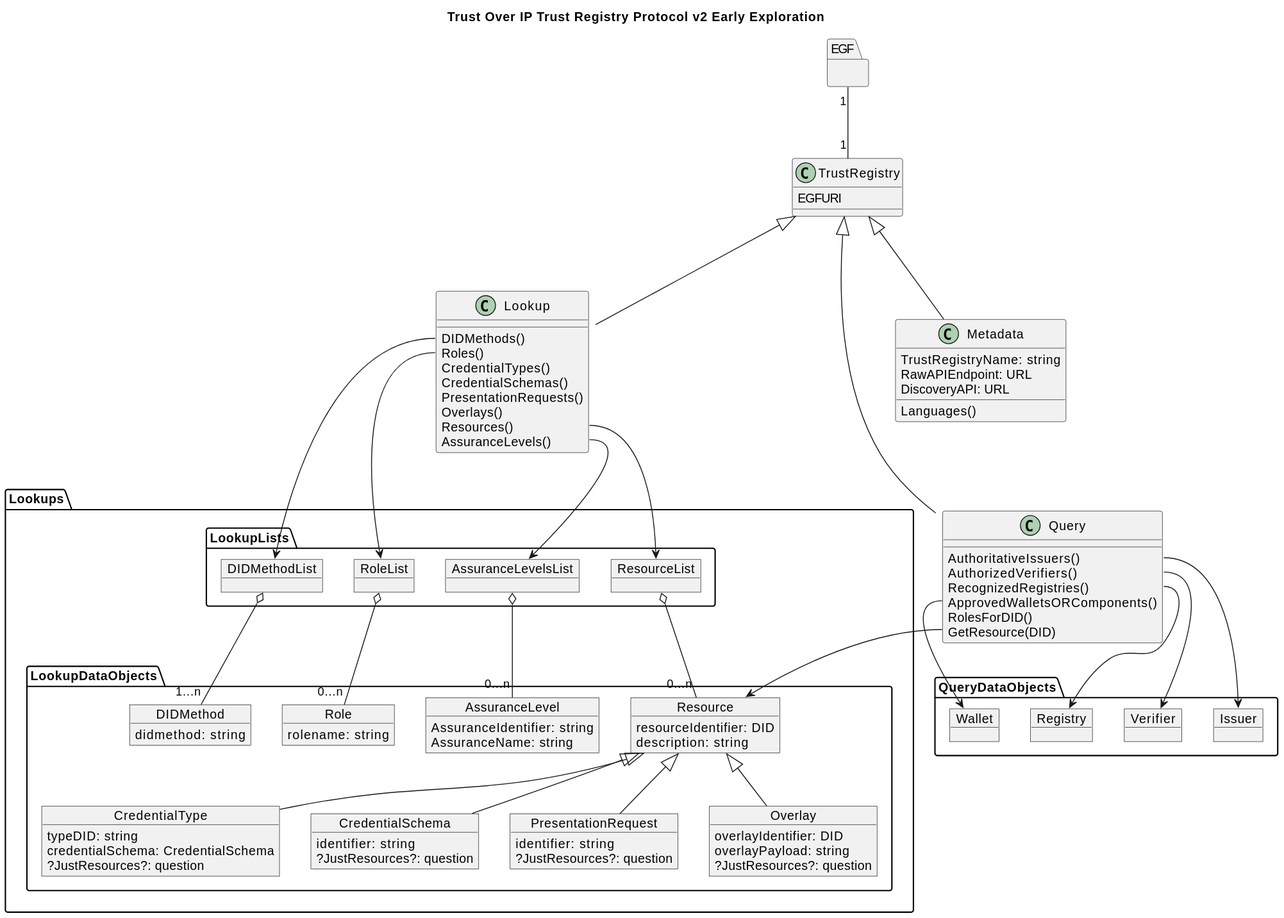
Earlier version of the PlantUML export out/v2/logical/highlevel/highlevel.svg (trustoverip/tswg-trust-registry-tf). The source it was exported from:
```plantuml
@startuml



title Trust Over IP Trust Registry Protocol v2 Early Exploration

package EGF {

}

class TrustRegistry {
    EGFURI
}

class Query {
    AuthoritativeIssuers()
    AuthorizedVerifiers()
    RecognizedRegistries()
    ApprovedWalletsORComponents()
    RolesForDID()
    GetResource(DID)
}

class Lookup {
    DIDMethods()
    Roles()
    CredentialTypes()
    CredentialSchemas()
    PresentationRequests()
    Overlays()
    Resources()
    AssuranceLevels()


}

class Metadata {
    TrustRegistryName: string
    RawAPIEndpoint: URL
    DiscoveryAPI: URL
    Languages()
}


EGF "1" -- "1" TrustRegistry

TrustRegistry <|-- Query
TrustRegistry <|-- Lookup
TrustRegistry <|-- Metadata

package QueryDataObjects {
    object Issuer
    object Verifier
    object Wallet
    object Registry
}
package Lookups {
    package LookupLists {
        object DIDMethodList
        object RoleList
        object ResourceList

        object AssuranceLevelsList

    }

    package LookupDataObjects {


        object DIDMethod {
            didmethod: string
        }
        object Role {
            rolename: string
        }
        object CredentialType {
            typeDID: string
            credentialSchema: CredentialSchema
            ?JustResources?: question

        }
        object CredentialSchema {
            identifier: string
            ?JustResources?: question
        }
        object PresentationRequest{
            identifier: string
            ?JustResources?: question

        }
        object Overlay {
            overlayIdentifier: DID
            overlayPayload: string
            ?JustResources?: question
        }
        object Resource {
            resourceIdentifier: DID
            description: string
        }
        object AssuranceLevel {
            AssuranceIdentifier: string
            AssuranceName: string
        }


    }
}




Query::AuthoritativeIssuers --> Issuer
Query::AuthorizedVerifiers --> Verifier
Query::RecognizedRegistries --> Registry
Query::ApprovedWallets --> Wallet
Query::GetResource --> Resource

Lookup::DIDMethods --> DIDMethodList
Lookup::Roles --> RoleList

Lookup::Resources --> ResourceList
Lookup::AssuranceLevels --> AssuranceLevelsList





DIDMethodList o-- "1...n" DIDMethod
RoleList o-- "0...n" Role



ResourceList o-- "0...n" Resource
AssuranceLevelsList o-- "0...n" AssuranceLevel

Resource <|-- Overlay
Resource <|-- CredentialSchema
Resource <|-- PresentationRequest
Resource <|-- CredentialType

@enduml
```
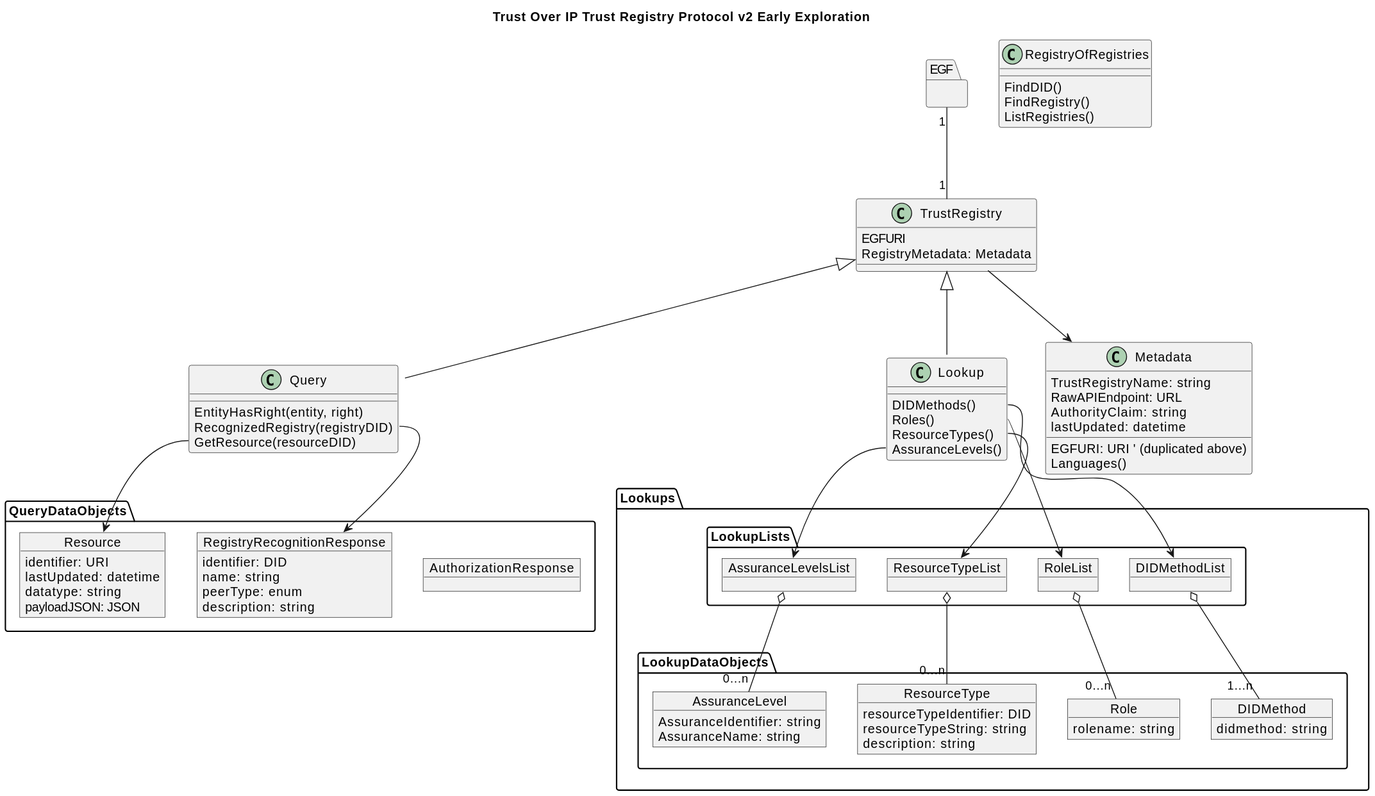
After the change.

Diff of the diagram source:
```diff
@@ -10,34 +10,38 @@
 
 class TrustRegistry {
     EGFURI
+    RegistryMetadata: Metadata
+}
+
+class RegistryOfRegistries {
+    FindDID()
+    FindRegistry()
+    ListRegistries()
+
+
 }
 
 class Query {
-    AuthoritativeIssuers()
-    AuthorizedVerifiers()
-    RecognizedRegistries()
-    ApprovedWalletsORComponents()
-    RolesForDID()
-    GetResource(DID)
+    EntityHasRight(entity, right)
+    RecognizedRegistry(registryDID)
+    GetResource(resourceDID)
 }
 
 class Lookup {
     DIDMethods()
     Roles()
-    CredentialTypes()
-    CredentialSchemas()
-    PresentationRequests()
-    Overlays()
-    Resources()
+    ResourceTypes()
     AssuranceLevels()
-
-
 }
 
 class Metadata {
+    EGFURI: URI ' (duplicated above)
     TrustRegistryName: string
     RawAPIEndpoint: URL
-    DiscoveryAPI: URL
+    AuthorityClaim: string
+    lastUpdated: datetime
+
+
     Languages()
 }
 
@@ -46,19 +50,30 @@
 
 TrustRegistry <|-- Query
 TrustRegistry <|-- Lookup
-TrustRegistry <|-- Metadata
+
 
 package QueryDataObjects {
-    object Issuer
-    object Verifier
-    object Wallet
-    object Registry
+    object AuthorizationResponse
+    object RegistryRecognitionResponse {
+        identifier: DID
+        name: string
+        peerType: enum
+        description: string
+
+    }
+    object Resource {
+        identifier: URI
+        lastUpdated: datetime
+        datatype: string
+        payloadJSON: JSON
+    }
+
 }
 package Lookups {
     package LookupLists {
         object DIDMethodList
         object RoleList
-        object ResourceList
+        object ResourceTypeList
 
         object AssuranceLevelsList
 
@@ -73,28 +88,11 @@
         object Role {
             rolename: string
         }
-        object CredentialType {
-            typeDID: string
-            credentialSchema: CredentialSchema
-            ?JustResources?: question
 
-        }
-        object CredentialSchema {
-            identifier: string
-            ?JustResources?: question
-        }
-        object PresentationRequest{
-            identifier: string
-            ?JustResources?: question
 
-        }
-        object Overlay {
-            overlayIdentifier: DID
-            overlayPayload: string
-            ?JustResources?: question
-        }
-        object Resource {
-            resourceIdentifier: DID
+        object ResourceType {
+            resourceTypeIdentifier: DID
+            resourceTypeString: string
             description: string
         }
         object AssuranceLevel {
@@ -102,40 +100,36 @@
             AssuranceName: string
         }
 
-
     }
 }
 
 
 
 
-Query::AuthoritativeIssuers --> Issuer
-Query::AuthorizedVerifiers --> Verifier
-Query::RecognizedRegistries --> Registry
-Query::ApprovedWallets --> Wallet
+
+
 Query::GetResource --> Resource
+Query::RecognizedRegistry --> RegistryRecognitionResponse
+
 
 Lookup::DIDMethods --> DIDMethodList
 Lookup::Roles --> RoleList
 
-Lookup::Resources --> ResourceList
+Lookup::ResourceTypes --> ResourceTypeList
 Lookup::AssuranceLevels --> AssuranceLevelsList
 
-
+TrustRegistry --> Metadata
 
 
 
 DIDMethodList o-- "1...n" DIDMethod
 RoleList o-- "0...n" Role
+ResourceTypeList o-- "0...n" ResourceType
 
 
 
-ResourceList o-- "0...n" Resource
 AssuranceLevelsList o-- "0...n" AssuranceLevel
 
-Resource <|-- Overlay
-Resource <|-- CredentialSchema
-Resource <|-- PresentationRequest
-Resource <|-- CredentialType
+
 
 @enduml
```
